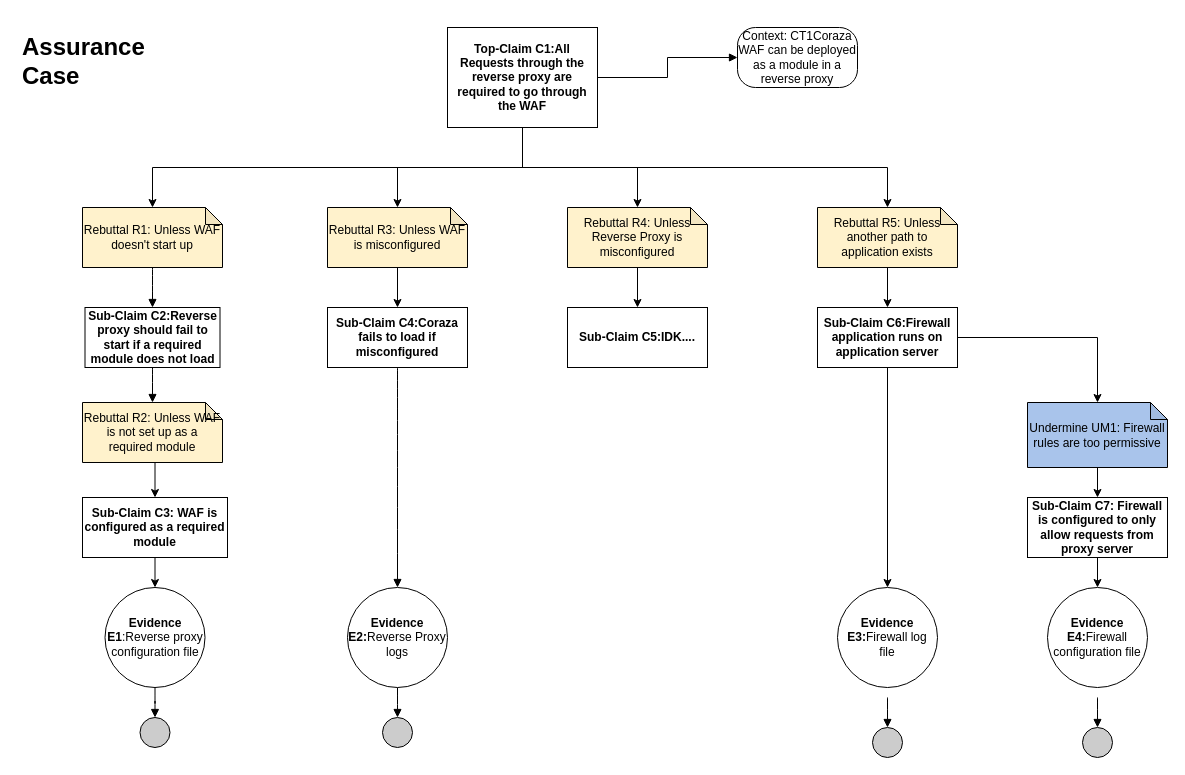
dev-null-and-associates/cuddly-rotary-phone keeps this draw.io diagram as AaronAssuranceCase.drawio. Above is the earlier version. Source tidied: cells renumbered, new cells numbered last; positions are measured from the earlier drawing's top-left corner, leaving out a move shared by most shapes. Both pictures are drawn from the tidied source at 100%, with x=0, y=0 at pixel (17, 27).
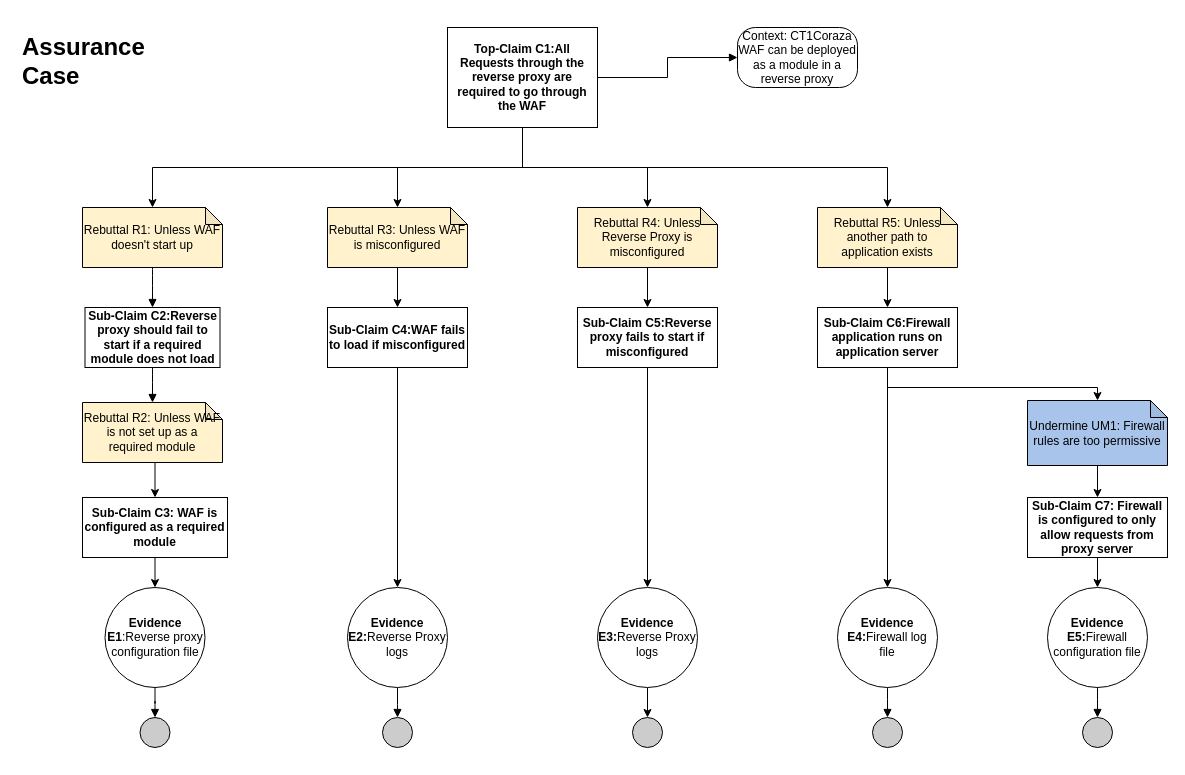
After the change.

Commit message:
Updated assurance case

Unchanged cells that the change refers to:
```xml
<mxCell id="17" value="&lt;b&gt;Evidence E2:&lt;/b&gt;Reverse Proxy logs" style="ellipse;whiteSpace=wrap;html=1;fillColor=#ffffff;rounded=0;" parent="1" vertex="1">
  <mxGeometry x="330" y="560" width="100" height="100" as="geometry" />
</mxCell>
<mxCell id="32" value="&lt;b&gt;Sub-Claim C6:Firewall application runs on application server&lt;/b&gt;" style="rounded=0;whiteSpace=wrap;html=1;" parent="1" vertex="1">
  <mxGeometry x="800" y="280" width="140" height="60" as="geometry" />
</mxCell>
```

The edit, as a diff of the source:
```diff
@@
-    <mxCell id="13" style="edgeStyle=orthogonalEdgeStyle;curved=1;rounded=0;jettySize=auto;html=1;entryX=0.5;entryY=0;entryDx=0;entryDy=0;endArrow=block;endFill=1;exitX=0.5;exitY=1;exitDx=0;exitDy=0;" parent="1" edge="1" source="25" target="17">
-      <mxGeometry relative="1" as="geometry" />
-    </mxCell>
@@
     <mxCell id="21" value="Undermine UM1:&amp;nbsp;Firewall rules are too permissive" style="shape=note;whiteSpace=wrap;html=1;backgroundOutline=1;darkOpacity=0.05;size=17;fillColor=#A9C4EB;" parent="1" vertex="1">
-      <mxGeometry x="1010" y="375" width="140" height="65" as="geometry" />
+      <mxGeometry x="1010" y="373" width="140" height="65" as="geometry" />
     </mxCell>
@@
+    <mxCell id="13" style="edgeStyle=orthogonalEdgeStyle;rounded=0;jettySize=auto;html=1;" parent="1" edge="1" source="25" target="17">
+      <mxGeometry relative="1" as="geometry" />
+    </mxCell>
-    <mxCell id="25" value="&lt;b&gt;Sub-Claim C4:Coraza fails to load if misconfigured&lt;/b&gt;" style="rounded=0;whiteSpace=wrap;html=1;" parent="1" vertex="1">
+    <mxCell id="25" value="&lt;b&gt;Sub-Claim C4:WAF fails to load if misconfigured&lt;/b&gt;" style="rounded=0;whiteSpace=wrap;html=1;" parent="1" vertex="1">
       <mxGeometry x="310" y="280" width="140" height="60" as="geometry" />
     </mxCell>
@@
     <mxCell id="28" value="Rebuttal R4: Unless Reverse Proxy is misconfigured" style="shape=note;whiteSpace=wrap;html=1;backgroundOutline=1;darkOpacity=0.05;size=17;fillColor=#FFF2CC;" parent="1" vertex="1">
-      <mxGeometry x="550" y="180" width="140" height="60" as="geometry" />
+      <mxGeometry x="560" y="180" width="140" height="60" as="geometry" />
     </mxCell>
@@
-    <mxCell id="35" value="&lt;b&gt;Evidence E4:&lt;/b&gt;Firewall configuration file" style="ellipse;whiteSpace=wrap;html=1;fillColor=#ffffff;rounded=0;" parent="1" vertex="1">
+    <mxCell id="35" value="&lt;b&gt;Evidence E5:&lt;/b&gt;Firewall configuration file" style="ellipse;whiteSpace=wrap;html=1;fillColor=#ffffff;rounded=0;" parent="1" vertex="1">
       <mxGeometry x="1030" y="560" width="100" height="100" as="geometry" />
     </mxCell>
-    <mxCell id="36" value="&lt;b&gt;Evidence E3:&lt;/b&gt;Firewall log file" style="ellipse;whiteSpace=wrap;html=1;fillColor=#ffffff;rounded=0;" parent="1" vertex="1">
+    <mxCell id="36" value="&lt;b&gt;Evidence E4:&lt;/b&gt;Firewall log file" style="ellipse;whiteSpace=wrap;html=1;fillColor=#ffffff;rounded=0;" parent="1" vertex="1">
       <mxGeometry x="820" y="560" width="100" height="100" as="geometry" />
     </mxCell>
-    <mxCell id="37" style="edgeStyle=orthogonalEdgeStyle;rounded=0;jettySize=auto;html=1;entryX=0.5;entryY=0;entryDx=0;entryDy=0;entryPerimeter=0;" parent="1" edge="1" source="32" target="21">
-      <mxGeometry relative="1" as="geometry" />
+    <mxCell id="37" style="edgeStyle=orthogonalEdgeStyle;rounded=0;jettySize=auto;html=1;entryX=0.5;entryY=0;entryDx=0;entryDy=0;entryPerimeter=0;exitX=0.5;exitY=1;exitDx=0;exitDy=0;" parent="1" edge="1" source="32" target="21">
+      <mxGeometry relative="1" as="geometry">
+        <Array as="points">
+          <mxPoint x="870" y="360" />
+          <mxPoint x="1080" y="360" />
+        </Array>
+      </mxGeometry>
     </mxCell>
+    <mxCell id="46" style="edgeStyle=orthogonalEdgeStyle;rounded=0;jettySize=auto;html=1;" parent="1" edge="1" source="38" target="48">
+      <mxGeometry relative="1" as="geometry" />
+    </mxCell>
-    <mxCell id="38" value="&lt;b&gt;Sub-Claim C5:IDK....&lt;/b&gt;" style="rounded=0;whiteSpace=wrap;html=1;" parent="1" vertex="1">
-      <mxGeometry x="550" y="280" width="140" height="60" as="geometry" />
+    <mxCell id="38" value="&lt;b&gt;Sub-Claim C5:&lt;/b&gt;&lt;b&gt;Reverse proxy fails to start if misconfigured&lt;/b&gt;" style="rounded=0;whiteSpace=wrap;html=1;" parent="1" vertex="1">
+      <mxGeometry x="560" y="280" width="140" height="60" as="geometry" />
     </mxCell>
@@
-    <mxCell id="42" style="edgeStyle=orthogonalEdgeStyle;curved=1;rounded=0;jettySize=auto;html=1;entryX=0.5;entryY=0;entryDx=0;entryDy=0;endArrow=block;endFill=1;" parent="1" edge="1" target="43">
-      <mxGeometry relative="1" as="geometry">
-        <mxPoint x="870" y="670" as="sourcePoint" />
-      </mxGeometry>
+    <mxCell id="42" style="edgeStyle=orthogonalEdgeStyle;curved=1;rounded=0;jettySize=auto;html=1;entryX=0.5;entryY=0;entryDx=0;entryDy=0;endArrow=block;endFill=1;exitX=0.5;exitY=1;exitDx=0;exitDy=0;" parent="1" edge="1" source="36" target="43">
+      <mxGeometry relative="1" as="geometry" />
     </mxCell>
     <mxCell id="43" style="ellipse;whiteSpace=wrap;html=1;fillColor=#CCCCCC;" parent="1" vertex="1">
-      <mxGeometry x="855" y="700" width="30" height="30" as="geometry" />
+      <mxGeometry x="855" y="690" width="30" height="30" as="geometry" />
     </mxCell>
-    <mxCell id="44" style="edgeStyle=orthogonalEdgeStyle;curved=1;rounded=0;jettySize=auto;html=1;entryX=0.5;entryY=0;entryDx=0;entryDy=0;endArrow=block;endFill=1;" parent="1" edge="1" target="45">
-      <mxGeometry relative="1" as="geometry">
-        <mxPoint x="1080" y="670" as="sourcePoint" />
-      </mxGeometry>
+    <mxCell id="44" style="edgeStyle=orthogonalEdgeStyle;curved=1;rounded=0;jettySize=auto;html=1;entryX=0.5;entryY=0;entryDx=0;entryDy=0;endArrow=block;endFill=1;exitX=0.5;exitY=1;exitDx=0;exitDy=0;" parent="1" edge="1" source="35" target="45">
+      <mxGeometry relative="1" as="geometry" />
     </mxCell>
     <mxCell id="45" style="ellipse;whiteSpace=wrap;html=1;fillColor=#CCCCCC;" parent="1" vertex="1">
-      <mxGeometry x="1065" y="700" width="30" height="30" as="geometry" />
+      <mxGeometry x="1065" y="690" width="30" height="30" as="geometry" />
     </mxCell>
+    <mxCell id="47" style="edgeStyle=orthogonalEdgeStyle;rounded=0;jettySize=auto;html=1;" parent="1" edge="1" source="48" target="49">
+      <mxGeometry relative="1" as="geometry" />
+    </mxCell>
+    <mxCell id="48" value="&lt;b&gt;Evidence E3:&lt;/b&gt;Reverse Proxy logs" style="ellipse;whiteSpace=wrap;html=1;fillColor=#ffffff;rounded=0;" parent="1" vertex="1">
+      <mxGeometry x="580" y="560" width="100" height="100" as="geometry" />
+    </mxCell>
+    <mxCell id="49" style="ellipse;whiteSpace=wrap;html=1;fillColor=#CCCCCC;" parent="1" vertex="1">
+      <mxGeometry x="615" y="690" width="30" height="30" as="geometry" />
+    </mxCell>
```
